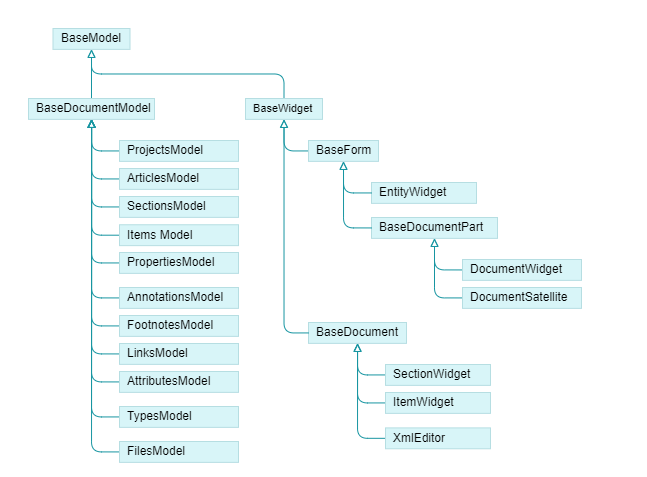
Before: docs/assets/img/classes-widget-basedocumentmodel.png, a diagram exported from draw.io (digicademy/epigraf). Source tidied: cells renumbered, new cells last; positions are measured from the earlier drawing's top-left corner, leaving out a move shared by most shapes.
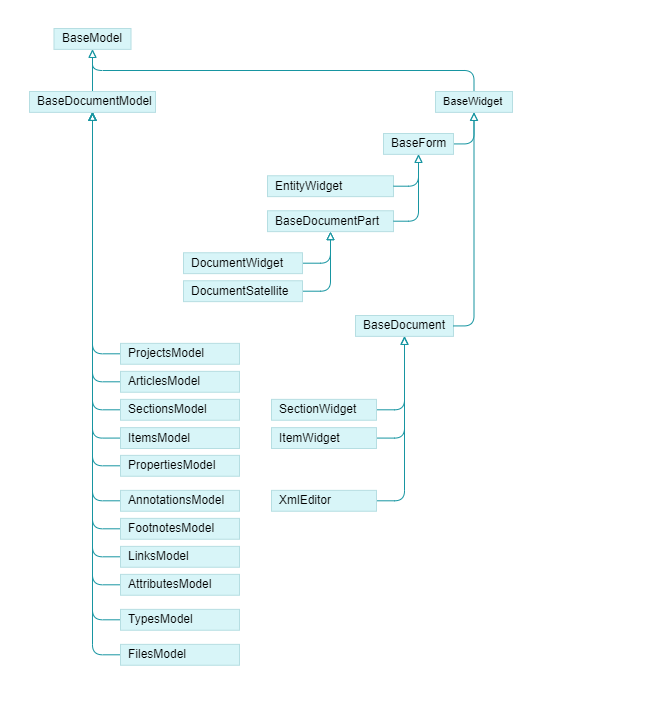
Later version of the same file.

Change to the diagram source:
```diff
@@ -2,9 +2,9 @@
   <root>
     <mxCell id="0" />
     <mxCell id="1" parent="0" />
-    <mxCell id="2" style="rounded=0;whiteSpace=wrap;html=1;strokeColor=none;" parent="1" vertex="1">
-      <mxGeometry y="-0.1" width="647" height="476.1" as="geometry" />
-    </mxCell>
+    <mxCell id="48" style="rounded=0;whiteSpace=wrap;html=1;strokeColor=none;" parent="1" vertex="1">
+      <mxGeometry x="-1" width="647" height="700.1" as="geometry" />
+    </mxCell>
     <mxCell id="3" style="edgeStyle=orthogonalEdgeStyle;rounded=1;jettySize=auto;html=1;dashed=0;strokeColor=#1795A1;align=center;verticalAlign=middle;fontFamily=Helvetica;fontSize=11;fontColor=default;fontStyle=0;labelBackgroundColor=default;startArrow=none;endArrow=block;endFill=0;endSize=6;entryX=0.5;entryY=1;entryDx=0;entryDy=0;exitX=0.5;exitY=0;exitDx=0;exitDy=0;" parent="1" edge="1" source="17" target="5">
       <mxGeometry relative="1" as="geometry" />
     </mxCell>
@@ -48,97 +48,97 @@
       <mxGeometry relative="1" as="geometry" />
     </mxCell>
     <mxCell id="17" value="&lt;font style=&quot;font-size: 12px;&quot;&gt;BaseDocumentModel&lt;/font&gt;" style="rounded=0;whiteSpace=wrap;html=1;fontStyle=0;fontSize=11;fillColor=#D8F5F8;strokeColor=#b6dee2;align=left;verticalAlign=middle;spacingLeft=6;fontFamily=Helvetica;fontColor=default;" parent="1" vertex="1">
-      <mxGeometry x="28" y="98" width="126" height="20.9" as="geometry" />
+      <mxGeometry x="28" y="91" width="126" height="20.9" as="geometry" />
     </mxCell>
-    <mxCell id="18" style="edgeStyle=orthogonalEdgeStyle;rounded=1;jettySize=auto;html=1;dashed=0;strokeColor=#1795A1;align=center;verticalAlign=middle;fontFamily=Helvetica;fontSize=11;fontColor=default;fontStyle=0;labelBackgroundColor=default;startArrow=none;endArrow=block;endFill=0;endSize=6;exitX=0;exitY=0.5;exitDx=0;exitDy=0;" parent="1" edge="1" source="25" target="20">
+    <mxCell id="18" style="edgeStyle=orthogonalEdgeStyle;rounded=1;jettySize=auto;html=1;dashed=0;strokeColor=#1795A1;align=center;verticalAlign=middle;fontFamily=Helvetica;fontSize=11;fontColor=default;fontStyle=0;labelBackgroundColor=default;startArrow=none;endArrow=block;endFill=0;endSize=6;exitX=1;exitY=0.5;exitDx=0;exitDy=0;" parent="1" edge="1" source="25" target="20">
       <mxGeometry relative="1" as="geometry" />
     </mxCell>
-    <mxCell id="19" style="edgeStyle=orthogonalEdgeStyle;rounded=1;jettySize=auto;html=1;dashed=0;strokeColor=#1795A1;align=center;verticalAlign=middle;fontFamily=Helvetica;fontSize=11;fontColor=default;fontStyle=0;labelBackgroundColor=default;startArrow=none;endArrow=block;endFill=0;endSize=6;exitX=0;exitY=0.5;exitDx=0;exitDy=0;" parent="1" edge="1" source="26" target="20">
+    <mxCell id="19" style="edgeStyle=orthogonalEdgeStyle;rounded=1;jettySize=auto;html=1;dashed=0;strokeColor=#1795A1;align=center;verticalAlign=middle;fontFamily=Helvetica;fontSize=11;fontColor=default;fontStyle=0;labelBackgroundColor=default;startArrow=none;endArrow=block;endFill=0;endSize=6;exitX=1;exitY=0.5;exitDx=0;exitDy=0;" parent="1" edge="1" source="26" target="20">
       <mxGeometry relative="1" as="geometry" />
     </mxCell>
     <mxCell id="20" value="BaseDocumentPart" style="rounded=0;whiteSpace=wrap;html=1;fontStyle=0;fontSize=12;fillColor=#D8F5F8;strokeColor=#b6dee2;align=left;verticalAlign=middle;spacingLeft=6;fontFamily=Helvetica;fontColor=default;" parent="1" vertex="1">
-      <mxGeometry x="371" y="217" width="126" height="20.9" as="geometry" />
+      <mxGeometry x="266" y="210.3" width="126" height="20.9" as="geometry" />
     </mxCell>
-    <mxCell id="21" style="edgeStyle=orthogonalEdgeStyle;rounded=1;jettySize=auto;html=1;dashed=0;strokeColor=#1795A1;align=center;verticalAlign=middle;fontFamily=Helvetica;fontSize=11;fontColor=default;fontStyle=0;labelBackgroundColor=default;startArrow=none;endArrow=block;endFill=0;endSize=6;exitX=0;exitY=0.5;exitDx=0;exitDy=0;" parent="1" edge="1" source="27" target="24">
+    <mxCell id="21" style="edgeStyle=orthogonalEdgeStyle;rounded=1;jettySize=auto;html=1;dashed=0;strokeColor=#1795A1;align=center;verticalAlign=middle;fontFamily=Helvetica;fontSize=11;fontColor=default;fontStyle=0;labelBackgroundColor=default;startArrow=none;endArrow=block;endFill=0;endSize=6;exitX=1;exitY=0.5;exitDx=0;exitDy=0;" parent="1" edge="1" source="27" target="24">
       <mxGeometry relative="1" as="geometry" />
     </mxCell>
-    <mxCell id="22" style="edgeStyle=orthogonalEdgeStyle;rounded=1;jettySize=auto;html=1;dashed=0;strokeColor=#1795A1;align=center;verticalAlign=middle;fontFamily=Helvetica;fontSize=11;fontColor=default;fontStyle=0;labelBackgroundColor=default;startArrow=none;endArrow=block;endFill=0;endSize=6;exitX=0;exitY=0.5;exitDx=0;exitDy=0;" parent="1" edge="1" source="28" target="24">
+    <mxCell id="22" style="edgeStyle=orthogonalEdgeStyle;rounded=1;jettySize=auto;html=1;dashed=0;strokeColor=#1795A1;align=center;verticalAlign=middle;fontFamily=Helvetica;fontSize=11;fontColor=default;fontStyle=0;labelBackgroundColor=default;startArrow=none;endArrow=block;endFill=0;endSize=6;exitX=1;exitY=0.5;exitDx=0;exitDy=0;" parent="1" edge="1" source="28" target="24">
       <mxGeometry relative="1" as="geometry" />
     </mxCell>
-    <mxCell id="23" style="edgeStyle=orthogonalEdgeStyle;rounded=1;jettySize=auto;html=1;dashed=0;strokeColor=#1795A1;align=center;verticalAlign=middle;fontFamily=Helvetica;fontSize=11;fontColor=default;fontStyle=0;labelBackgroundColor=default;startArrow=none;endArrow=block;endFill=0;endSize=6;exitX=0;exitY=0.5;exitDx=0;exitDy=0;" parent="1" edge="1" source="29" target="24">
+    <mxCell id="23" style="edgeStyle=orthogonalEdgeStyle;rounded=1;jettySize=auto;html=1;dashed=0;strokeColor=#1795A1;align=center;verticalAlign=middle;fontFamily=Helvetica;fontSize=11;fontColor=default;fontStyle=0;labelBackgroundColor=default;startArrow=none;endArrow=block;endFill=0;endSize=6;exitX=1;exitY=0.5;exitDx=0;exitDy=0;" parent="1" edge="1" source="29" target="24">
       <mxGeometry relative="1" as="geometry" />
     </mxCell>
     <mxCell id="24" value="&lt;font style=&quot;font-size: 12px;&quot;&gt;BaseDocument&lt;/font&gt;" style="rounded=0;whiteSpace=wrap;html=1;fontStyle=0;fontSize=11;fillColor=#D8F5F8;strokeColor=#b6dee2;align=left;verticalAlign=middle;spacingLeft=6;fontFamily=Helvetica;fontColor=default;" parent="1" vertex="1">
-      <mxGeometry x="308" y="322" width="98" height="20.9" as="geometry" />
+      <mxGeometry x="354" y="315" width="98" height="20.9" as="geometry" />
     </mxCell>
     <mxCell id="25" value="DocumentWidget" style="rounded=0;whiteSpace=wrap;html=1;fontStyle=0;fontSize=12;fillColor=#D8F5F8;strokeColor=#b6dee2;align=left;verticalAlign=middle;spacingLeft=6;fontFamily=Helvetica;fontColor=default;" parent="1" vertex="1">
-      <mxGeometry x="462" y="259" width="119" height="20.9" as="geometry" />
+      <mxGeometry x="182" y="252.3" width="119" height="20.9" as="geometry" />
     </mxCell>
     <mxCell id="26" value="DocumentSatellite" style="rounded=0;whiteSpace=wrap;html=1;fontStyle=0;fontSize=12;fillColor=#D8F5F8;strokeColor=#b6dee2;align=left;verticalAlign=middle;spacingLeft=6;fontFamily=Helvetica;fontColor=default;" parent="1" vertex="1">
-      <mxGeometry x="462" y="287" width="119" height="20.9" as="geometry" />
+      <mxGeometry x="182" y="280.3" width="119" height="20.9" as="geometry" />
     </mxCell>
     <mxCell id="27" value="SectionWidget" style="rounded=0;whiteSpace=wrap;html=1;fontStyle=0;fontSize=12;fillColor=#D8F5F8;strokeColor=#b6dee2;align=left;verticalAlign=middle;spacingLeft=6;fontFamily=Helvetica;fontColor=default;" parent="1" vertex="1">
-      <mxGeometry x="385" y="364" width="105" height="20.9" as="geometry" />
+      <mxGeometry x="270" y="398.9" width="105" height="20.9" as="geometry" />
     </mxCell>
     <mxCell id="28" value="ItemWidget" style="rounded=0;whiteSpace=wrap;html=1;fontStyle=0;fontSize=12;fillColor=#D8F5F8;strokeColor=#b6dee2;align=left;verticalAlign=middle;spacingLeft=6;fontFamily=Helvetica;fontColor=default;" parent="1" vertex="1">
-      <mxGeometry x="385" y="392" width="105" height="20.9" as="geometry" />
+      <mxGeometry x="270" y="427.1" width="105" height="20.9" as="geometry" />
     </mxCell>
     <mxCell id="29" value="XmlEditor" style="rounded=0;whiteSpace=wrap;html=1;fontStyle=0;fontSize=12;fillColor=#D8F5F8;strokeColor=#b6dee2;align=left;verticalAlign=middle;spacingLeft=6;fontFamily=Helvetica;fontColor=default;" parent="1" vertex="1">
-      <mxGeometry x="385" y="427.4" width="105" height="20.9" as="geometry" />
+      <mxGeometry x="270" y="489.9" width="105" height="20.9" as="geometry" />
     </mxCell>
     <mxCell id="30" value="EntityWidget" style="rounded=0;whiteSpace=wrap;html=1;fontStyle=0;fontSize=12;fillColor=#D8F5F8;strokeColor=#b6dee2;align=left;verticalAlign=middle;spacingLeft=6;fontFamily=Helvetica;fontColor=default;" parent="1" vertex="1">
-      <mxGeometry x="371" y="182" width="105" height="20.9" as="geometry" />
+      <mxGeometry x="266" y="175.3" width="126" height="20.9" as="geometry" />
     </mxCell>
-    <mxCell id="31" style="edgeStyle=orthogonalEdgeStyle;rounded=1;jettySize=auto;html=1;dashed=0;strokeColor=#1795A1;align=center;verticalAlign=middle;fontFamily=Helvetica;fontSize=11;fontColor=default;fontStyle=0;labelBackgroundColor=default;startArrow=none;endArrow=block;endFill=0;endSize=6;exitX=0;exitY=0.5;exitDx=0;exitDy=0;" parent="1" edge="1" source="24" target="33">
+    <mxCell id="31" style="edgeStyle=orthogonalEdgeStyle;rounded=1;jettySize=auto;html=1;dashed=0;strokeColor=#1795A1;align=center;verticalAlign=middle;fontFamily=Helvetica;fontSize=11;fontColor=default;fontStyle=0;labelBackgroundColor=default;startArrow=none;endArrow=block;endFill=0;endSize=6;exitX=1;exitY=0.5;exitDx=0;exitDy=0;" parent="1" edge="1" source="24" target="33">
       <mxGeometry relative="1" as="geometry" />
     </mxCell>
-    <mxCell id="32" style="edgeStyle=orthogonalEdgeStyle;rounded=1;jettySize=auto;html=1;dashed=0;strokeColor=#1795A1;align=center;verticalAlign=middle;fontFamily=Helvetica;fontSize=11;fontColor=default;fontStyle=0;labelBackgroundColor=default;startArrow=none;endArrow=block;endFill=0;endSize=6;exitX=0;exitY=0.5;exitDx=0;exitDy=0;" parent="1" edge="1" source="36" target="33">
+    <mxCell id="32" style="edgeStyle=orthogonalEdgeStyle;rounded=1;jettySize=auto;html=1;dashed=0;strokeColor=#1795A1;align=center;verticalAlign=middle;fontFamily=Helvetica;fontSize=11;fontColor=default;fontStyle=0;labelBackgroundColor=default;startArrow=none;endArrow=block;endFill=0;endSize=6;exitX=1;exitY=0.5;exitDx=0;exitDy=0;" parent="1" edge="1" source="36" target="33">
       <mxGeometry relative="1" as="geometry" />
     </mxCell>
     <mxCell id="33" value="BaseWidget" style="rounded=0;whiteSpace=wrap;html=1;fontStyle=0;fontSize=11;fillColor=#D8F5F8;strokeColor=#b6dee2;align=left;verticalAlign=middle;spacingLeft=6;fontFamily=Helvetica;fontColor=default;" parent="1" vertex="1">
-      <mxGeometry x="245" y="98" width="77" height="20.9" as="geometry" />
+      <mxGeometry x="434" y="91" width="77" height="20.9" as="geometry" />
     </mxCell>
-    <mxCell id="34" style="edgeStyle=orthogonalEdgeStyle;rounded=1;jettySize=auto;html=1;entryX=0.5;entryY=1;entryDx=0;entryDy=0;exitX=0;exitY=0.5;exitDx=0;exitDy=0;dashed=0;strokeColor=#1795A1;align=center;verticalAlign=middle;fontFamily=Helvetica;fontSize=11;fontColor=default;fontStyle=0;labelBackgroundColor=default;startArrow=none;endArrow=block;endFill=0;endSize=6;" parent="1" edge="1" source="30" target="36">
+    <mxCell id="34" style="edgeStyle=orthogonalEdgeStyle;rounded=1;jettySize=auto;html=1;entryX=0.5;entryY=1;entryDx=0;entryDy=0;exitX=1;exitY=0.5;exitDx=0;exitDy=0;dashed=0;strokeColor=#1795A1;align=center;verticalAlign=middle;fontFamily=Helvetica;fontSize=11;fontColor=default;fontStyle=0;labelBackgroundColor=default;startArrow=none;endArrow=block;endFill=0;endSize=6;" parent="1" edge="1" source="30" target="36">
       <mxGeometry relative="1" as="geometry" />
     </mxCell>
-    <mxCell id="35" style="edgeStyle=orthogonalEdgeStyle;rounded=1;jettySize=auto;html=1;entryX=0.5;entryY=1;entryDx=0;entryDy=0;exitX=0;exitY=0.5;exitDx=0;exitDy=0;dashed=0;strokeColor=#1795A1;align=center;verticalAlign=middle;fontFamily=Helvetica;fontSize=11;fontColor=default;fontStyle=0;labelBackgroundColor=default;startArrow=none;endArrow=block;endFill=0;endSize=6;" parent="1" edge="1" source="20" target="36">
+    <mxCell id="35" style="edgeStyle=orthogonalEdgeStyle;rounded=1;jettySize=auto;html=1;entryX=0.5;entryY=1;entryDx=0;entryDy=0;exitX=1;exitY=0.5;exitDx=0;exitDy=0;dashed=0;strokeColor=#1795A1;align=center;verticalAlign=middle;fontFamily=Helvetica;fontSize=11;fontColor=default;fontStyle=0;labelBackgroundColor=default;startArrow=none;endArrow=block;endFill=0;endSize=6;" parent="1" edge="1" source="20" target="36">
       <mxGeometry relative="1" as="geometry" />
     </mxCell>
     <mxCell id="36" value="BaseForm" style="rounded=0;whiteSpace=wrap;html=1;fontStyle=0;fontSize=12;fillColor=#D8F5F8;strokeColor=#b6dee2;align=left;verticalAlign=middle;spacingLeft=6;fontFamily=Helvetica;fontColor=default;" parent="1" vertex="1">
-      <mxGeometry x="308" y="140" width="70" height="20.9" as="geometry" />
+      <mxGeometry x="382" y="133" width="70" height="20.9" as="geometry" />
     </mxCell>
     <mxCell id="37" value="&lt;font style=&quot;font-size: 12px;&quot;&gt;ProjectsModel&lt;/font&gt;" style="rounded=0;whiteSpace=wrap;html=1;fontStyle=0;fontSize=11;fillColor=#D8F5F8;strokeColor=#b6dee2;align=left;verticalAlign=middle;spacingLeft=6;fontFamily=Helvetica;fontColor=default;" parent="1" vertex="1">
-      <mxGeometry x="119" y="140" width="119" height="20.9" as="geometry" />
+      <mxGeometry x="119" y="342.9" width="119" height="20.9" as="geometry" />
     </mxCell>
     <mxCell id="38" value="&lt;font style=&quot;font-size: 12px;&quot;&gt;ArticlesModel&lt;/font&gt;" style="rounded=0;whiteSpace=wrap;html=1;fontStyle=0;fontSize=11;fillColor=#D8F5F8;strokeColor=#b6dee2;align=left;verticalAlign=middle;spacingLeft=6;fontFamily=Helvetica;fontColor=default;" parent="1" vertex="1">
-      <mxGeometry x="119" y="168" width="119" height="20.9" as="geometry" />
+      <mxGeometry x="119" y="370.9" width="119" height="20.9" as="geometry" />
     </mxCell>
     <mxCell id="39" value="&lt;font style=&quot;font-size: 12px;&quot;&gt;SectionsModel&lt;/font&gt;" style="rounded=0;whiteSpace=wrap;html=1;fontStyle=0;fontSize=11;fillColor=#D8F5F8;strokeColor=#b6dee2;align=left;verticalAlign=middle;spacingLeft=6;fontFamily=Helvetica;fontColor=default;" parent="1" vertex="1">
-      <mxGeometry x="119" y="196" width="119" height="20.9" as="geometry" />
+      <mxGeometry x="119" y="398.9" width="119" height="20.9" as="geometry" />
     </mxCell>
-    <mxCell id="40" value="&lt;font style=&quot;font-size: 12px;&quot;&gt;Items Model&lt;/font&gt;" style="rounded=0;whiteSpace=wrap;html=1;fontStyle=0;fontSize=11;fillColor=#D8F5F8;strokeColor=#b6dee2;align=left;verticalAlign=middle;spacingLeft=6;fontFamily=Helvetica;fontColor=default;" parent="1" vertex="1">
-      <mxGeometry x="119" y="224.3" width="119" height="20.9" as="geometry" />
+    <mxCell id="40" value="&lt;font style=&quot;font-size: 12px;&quot;&gt;ItemsModel&lt;/font&gt;" style="rounded=0;whiteSpace=wrap;html=1;fontStyle=0;fontSize=11;fillColor=#D8F5F8;strokeColor=#b6dee2;align=left;verticalAlign=middle;spacingLeft=6;fontFamily=Helvetica;fontColor=default;" parent="1" vertex="1">
+      <mxGeometry x="119" y="427.1" width="119" height="20.9" as="geometry" />
     </mxCell>
     <mxCell id="41" value="&lt;font style=&quot;font-size: 12px;&quot;&gt;PropertiesModel&lt;/font&gt;" style="rounded=0;whiteSpace=wrap;html=1;fontStyle=0;fontSize=11;fillColor=#D8F5F8;strokeColor=#b6dee2;align=left;verticalAlign=middle;spacingLeft=6;fontFamily=Helvetica;fontColor=default;" parent="1" vertex="1">
-      <mxGeometry x="119" y="252" width="119" height="20.9" as="geometry" />
+      <mxGeometry x="119" y="454.9" width="119" height="20.9" as="geometry" />
     </mxCell>
     <mxCell id="42" value="FilesModel" style="rounded=0;whiteSpace=wrap;html=1;fontStyle=0;fontSize=12;fillColor=#D8F5F8;strokeColor=#b6dee2;align=left;verticalAlign=middle;spacingLeft=6;fontFamily=Helvetica;fontColor=default;" parent="1" vertex="1">
-      <mxGeometry x="119" y="441" width="119" height="20.9" as="geometry" />
+      <mxGeometry x="119" y="643.9" width="119" height="20.9" as="geometry" />
     </mxCell>
     <mxCell id="43" value="&lt;font style=&quot;font-size: 12px;&quot;&gt;AnnotationsModel&lt;/font&gt;" style="rounded=0;whiteSpace=wrap;html=1;fontStyle=0;fontSize=11;fillColor=#D8F5F8;strokeColor=#b6dee2;align=left;verticalAlign=middle;spacingLeft=6;fontFamily=Helvetica;fontColor=default;" parent="1" vertex="1">
-      <mxGeometry x="119" y="287" width="119" height="20.9" as="geometry" />
+      <mxGeometry x="119" y="489.9" width="119" height="20.9" as="geometry" />
     </mxCell>
     <mxCell id="44" value="&lt;font style=&quot;font-size: 12px;&quot;&gt;FootnotesModel&lt;/font&gt;" style="rounded=0;whiteSpace=wrap;html=1;fontStyle=0;fontSize=11;fillColor=#D8F5F8;strokeColor=#b6dee2;align=left;verticalAlign=middle;spacingLeft=6;fontFamily=Helvetica;fontColor=default;" parent="1" vertex="1">
-      <mxGeometry x="119" y="315" width="119" height="20.9" as="geometry" />
+      <mxGeometry x="119" y="517.9" width="119" height="20.9" as="geometry" />
     </mxCell>
     <mxCell id="45" value="LinksModel" style="rounded=0;whiteSpace=wrap;html=1;fontStyle=0;fontSize=12;fillColor=#D8F5F8;strokeColor=#b6dee2;align=left;verticalAlign=middle;spacingLeft=6;fontFamily=Helvetica;fontColor=default;" parent="1" vertex="1">
-      <mxGeometry x="119" y="343" width="119" height="20.9" as="geometry" />
+      <mxGeometry x="119" y="545.9" width="119" height="20.9" as="geometry" />
     </mxCell>
     <mxCell id="46" value="AttributesModel" style="rounded=0;whiteSpace=wrap;html=1;fontStyle=0;fontSize=12;fillColor=#D8F5F8;strokeColor=#b6dee2;align=left;verticalAlign=middle;spacingLeft=6;fontFamily=Helvetica;fontColor=default;" parent="1" vertex="1">
-      <mxGeometry x="119" y="371" width="119" height="20.9" as="geometry" />
+      <mxGeometry x="119" y="573.9" width="119" height="20.9" as="geometry" />
     </mxCell>
     <mxCell id="47" value="TypesModel" style="rounded=0;whiteSpace=wrap;html=1;fontStyle=0;fontSize=12;fillColor=#D8F5F8;strokeColor=#b6dee2;align=left;verticalAlign=middle;spacingLeft=6;fontFamily=Helvetica;fontColor=default;" parent="1" vertex="1">
-      <mxGeometry x="119" y="406" width="119" height="20.9" as="geometry" />
+      <mxGeometry x="119" y="608.9" width="119" height="20.9" as="geometry" />
     </mxCell>
   </root>
 </mxGraphModel>
```
